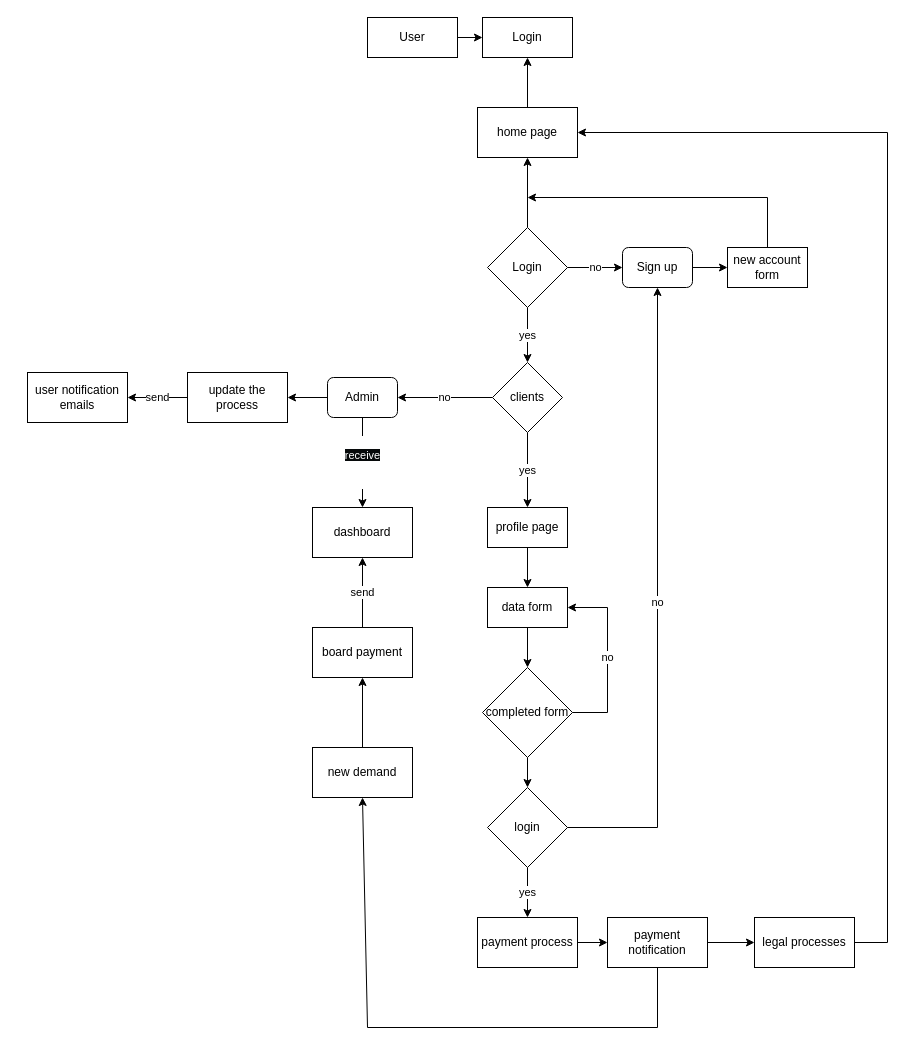
The draw.io diagram files/Diagrama.drawio in Jalx1000/JAL-Launch-X-Latam, before the edit. Source tidied: cells renumbered, new cells numbered last; positions are measured from the earlier drawing's top-left corner, leaving out a move shared by most shapes. Both pictures are drawn from the tidied source at 100%, with x=0, y=0 at pixel (27, 17).
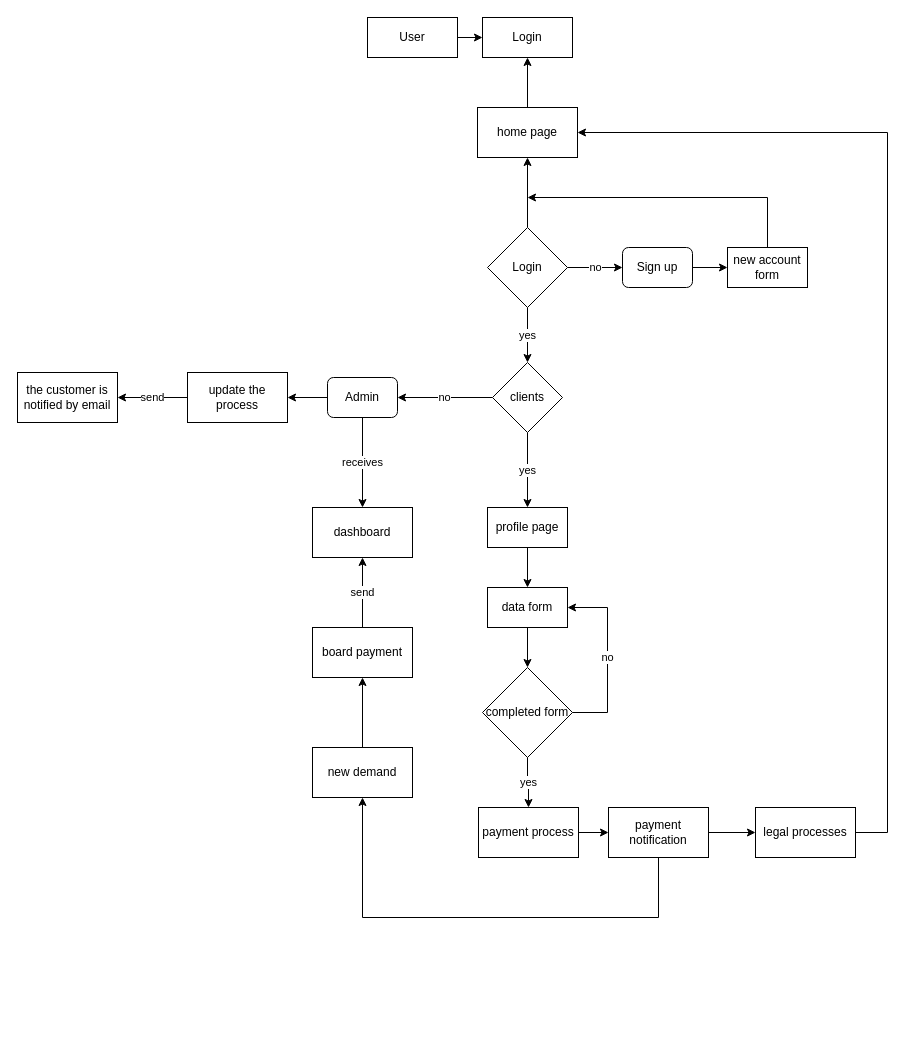
The same page after the edit.

Unchanged cells that the change refers to:
```xml
<mxCell id="10" value="Sign up" style="rounded=1;whiteSpace=wrap;html=1;" parent="1" vertex="1">
  <mxGeometry x="595" y="230" width="70" height="40" as="geometry" />
</mxCell>
<mxCell id="19" value="completed form" style="rhombus;whiteSpace=wrap;html=1;" parent="1" vertex="1">
  <mxGeometry x="455" y="650" width="90" height="90" as="geometry" />
</mxCell>
<mxCell id="28" value="Admin" style="rounded=1;whiteSpace=wrap;html=1;" parent="1" vertex="1">
  <mxGeometry x="300" y="360" width="70" height="40" as="geometry" />
</mxCell>
<mxCell id="32" value="home page" style="rounded=0;whiteSpace=wrap;html=1;" parent="1" vertex="1">
  <mxGeometry x="450" y="90" width="100" height="50" as="geometry" />
</mxCell>
<mxCell id="38" value="new demand" style="rounded=0;whiteSpace=wrap;html=1;" parent="1" vertex="1">
  <mxGeometry x="285" y="730" width="100" height="50" as="geometry" />
</mxCell>
<mxCell id="42" value="dashboard" style="rounded=0;whiteSpace=wrap;html=1;" parent="1" vertex="1">
  <mxGeometry x="285" y="490" width="100" height="50" as="geometry" />
</mxCell>
<mxCell id="44" value="update the process" style="rounded=0;whiteSpace=wrap;html=1;" parent="1" vertex="1">
  <mxGeometry x="160" y="355" width="100" height="50" as="geometry" />
</mxCell>
```

The edit, as a diff of the source:
```diff
@@
-    <mxCell id="18" style="edgeStyle=orthogonalEdgeStyle;rounded=0;jettySize=auto;html=1;entryX=0.5;entryY=0;entryDx=0;entryDy=0;" parent="1" edge="1" source="19" target="24">
-      <mxGeometry relative="1" as="geometry" />
-    </mxCell>
@@
     <mxCell id="22" value="payment process" style="rounded=0;whiteSpace=wrap;html=1;" parent="1" vertex="1">
-      <mxGeometry x="450" y="900" width="100" height="50" as="geometry" />
+      <mxGeometry x="451" y="790" width="100" height="50" as="geometry" />
     </mxCell>
-    <mxCell id="23" value="yes" style="edgeStyle=orthogonalEdgeStyle;rounded=0;jettySize=auto;html=1;exitX=0.5;exitY=1;exitDx=0;exitDy=0;entryX=0.5;entryY=0;entryDx=0;entryDy=0;" parent="1" edge="1" source="24" target="22">
+    <mxCell id="23" value="yes" style="edgeStyle=orthogonalEdgeStyle;rounded=0;jettySize=auto;html=1;entryX=0.5;entryY=0;entryDx=0;entryDy=0;exitX=0.5;exitY=1;exitDx=0;exitDy=0;" parent="1" edge="1" source="19" target="22">
       <mxGeometry relative="1" as="geometry" />
     </mxCell>
-    <mxCell id="24" value="login" style="rhombus;whiteSpace=wrap;html=1;" parent="1" vertex="1">
-      <mxGeometry x="460" y="770" width="80" height="80" as="geometry" />
-    </mxCell>
-    <mxCell id="25" value="no" style="endArrow=classic;html=1;rounded=0;entryX=0.5;entryY=1;entryDx=0;entryDy=0;exitX=1;exitY=0.5;exitDx=0;exitDy=0;" parent="1" edge="1" source="24" target="10">
-      <mxGeometry relative="1" as="geometry">
-        <Array as="points">
-          <mxPoint x="630" y="810" />
-        </Array>
-      </mxGeometry>
-    </mxCell>
+    <mxCell id="27" style="edgeStyle=orthogonalEdgeStyle;rounded=0;jettySize=auto;html=1;entryX=1;entryY=0.5;entryDx=0;entryDy=0;" parent="1" edge="1" source="28" target="44">
+      <mxGeometry relative="1" as="geometry" />
+    </mxCell>
-    <mxCell id="26" value="&#10;&lt;span style=&quot;color: rgb(255, 255, 255); font-family: Helvetica; font-size: 11px; font-style: normal; font-variant-ligatures: normal; font-variant-caps: normal; font-weight: 400; letter-spacing: normal; orphans: 2; text-align: center; text-indent: 0px; text-transform: none; widows: 2; word-spacing: 0px; -webkit-text-stroke-width: 0px; background-color: rgb(6, 9, 10); text-decoration-thickness: initial; text-decoration-style: initial; text-decoration-color: initial; float: none; display: inline !important;&quot;&gt;receive&lt;/span&gt;&#10;&#10;" style="edgeStyle=orthogonalEdgeStyle;rounded=0;jettySize=auto;html=1;entryX=0.5;entryY=0;entryDx=0;entryDy=0;" parent="1" edge="1" source="28" target="42">
+    <mxCell id="26" value="receives" style="edgeStyle=orthogonalEdgeStyle;rounded=0;jettySize=auto;html=1;" parent="1" edge="1" source="28" target="42">
       <mxGeometry relative="1" as="geometry" />
     </mxCell>
-    <mxCell id="27" style="edgeStyle=orthogonalEdgeStyle;rounded=0;jettySize=auto;html=1;entryX=1;entryY=0.5;entryDx=0;entryDy=0;" parent="1" edge="1" source="28" target="44">
-      <mxGeometry relative="1" as="geometry" />
-    </mxCell>
@@
     <mxCell id="30" value="payment notification" style="rounded=0;whiteSpace=wrap;html=1;" parent="1" vertex="1">
-      <mxGeometry x="580" y="900" width="100" height="50" as="geometry" />
+      <mxGeometry x="581" y="790" width="100" height="50" as="geometry" />
     </mxCell>
@@
     <mxCell id="33" style="endArrow=classic;html=1;rounded=0;entryX=1;entryY=0.5;entryDx=0;entryDy=0;exitX=1;exitY=0.5;exitDx=0;exitDy=0;" parent="1" edge="1" source="36" target="32">
       <mxGeometry relative="1" as="geometry">
         <Array as="points">
-          <mxPoint x="860" y="925" />
+          <mxPoint x="860" y="815" />
           <mxPoint x="860" y="115" />
         </Array>
       </mxGeometry>
     </mxCell>
@@
     <mxCell id="36" value="legal processes" style="rounded=0;whiteSpace=wrap;html=1;" parent="1" vertex="1">
-      <mxGeometry x="727" y="900" width="100" height="50" as="geometry" />
+      <mxGeometry x="728" y="790" width="100" height="50" as="geometry" />
     </mxCell>
@@
     <mxCell id="39" style="endArrow=classic;html=1;rounded=0;entryX=0.5;entryY=1;entryDx=0;entryDy=0;exitX=0.5;exitY=1;exitDx=0;exitDy=0;" parent="1" edge="1" source="30" target="38">
       <mxGeometry relative="1" as="geometry">
         <Array as="points">
-          <mxPoint x="630" y="1010" />
-          <mxPoint x="340" y="1010" />
+          <mxPoint x="631" y="900" />
+          <mxPoint x="335" y="900" />
         </Array>
       </mxGeometry>
     </mxCell>
@@
-    <mxCell id="45" value="user notification emails" style="rounded=0;whiteSpace=wrap;html=1;" parent="1" vertex="1">
-      <mxGeometry y="355" width="100" height="50" as="geometry" />
+    <mxCell id="45" value="the customer is notified by email" style="rounded=0;whiteSpace=wrap;html=1;" parent="1" vertex="1">
+      <mxGeometry x="-10" y="355" width="100" height="50" as="geometry" />
     </mxCell>
```
